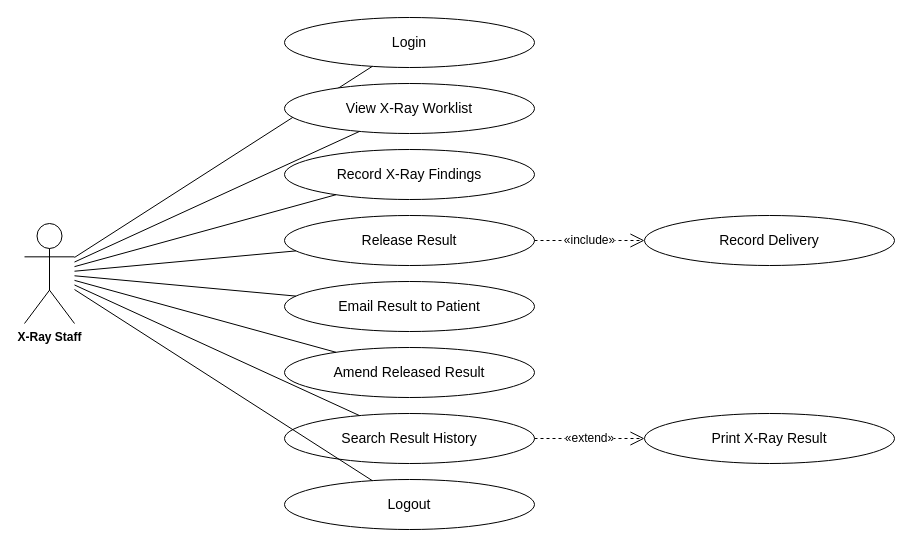
The draw.io diagram page "Xray Staff" (7 of 8) of docs/diagrams/usecases.drawio in steven23lz/Enlogada-Clinic-Management-System, before the edit. Source tidied: cells renumbered, new cells numbered last; positions are measured from the earlier drawing's top-left corner, leaving out a move shared by most shapes. Both pictures are drawn from the tidied source at 100%, with x=0, y=0 at pixel (24, 17).
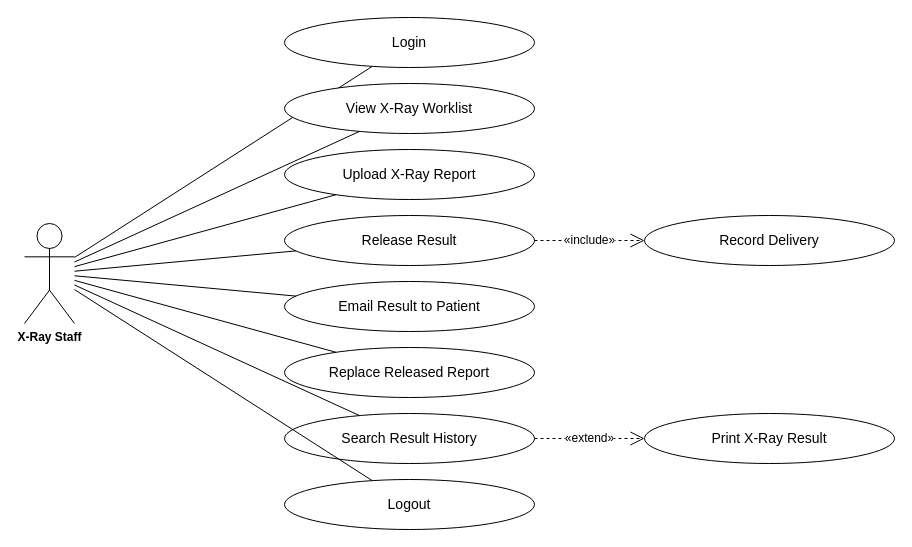
The same diagram, later.

Change to the diagram source:
```diff
@@
-    <mxCell id="7" value="Record X-Ray Findings" style="ellipse;whiteSpace=wrap;html=1;fontFamily=Helvetica;fontSize=14;fontColor=#000000;strokeColor=#000000;" parent="1" vertex="1">
+    <mxCell id="7" value="Upload X-Ray Report" style="ellipse;whiteSpace=wrap;html=1;fontFamily=Helvetica;fontSize=14;fontColor=#000000;strokeColor=#000000;" parent="1" vertex="1">
       <mxGeometry x="260" y="132" width="250" height="50" as="geometry" />
     </mxCell>
@@
-    <mxCell id="13" value="Amend Released Result" style="ellipse;whiteSpace=wrap;html=1;fontFamily=Helvetica;fontSize=14;fontColor=#000000;strokeColor=#000000;" parent="1" vertex="1">
+    <mxCell id="13" value="Replace Released Report" style="ellipse;whiteSpace=wrap;html=1;fontFamily=Helvetica;fontSize=14;fontColor=#000000;strokeColor=#000000;" parent="1" vertex="1">
       <mxGeometry x="260" y="330" width="250" height="50" as="geometry" />
     </mxCell>
```
